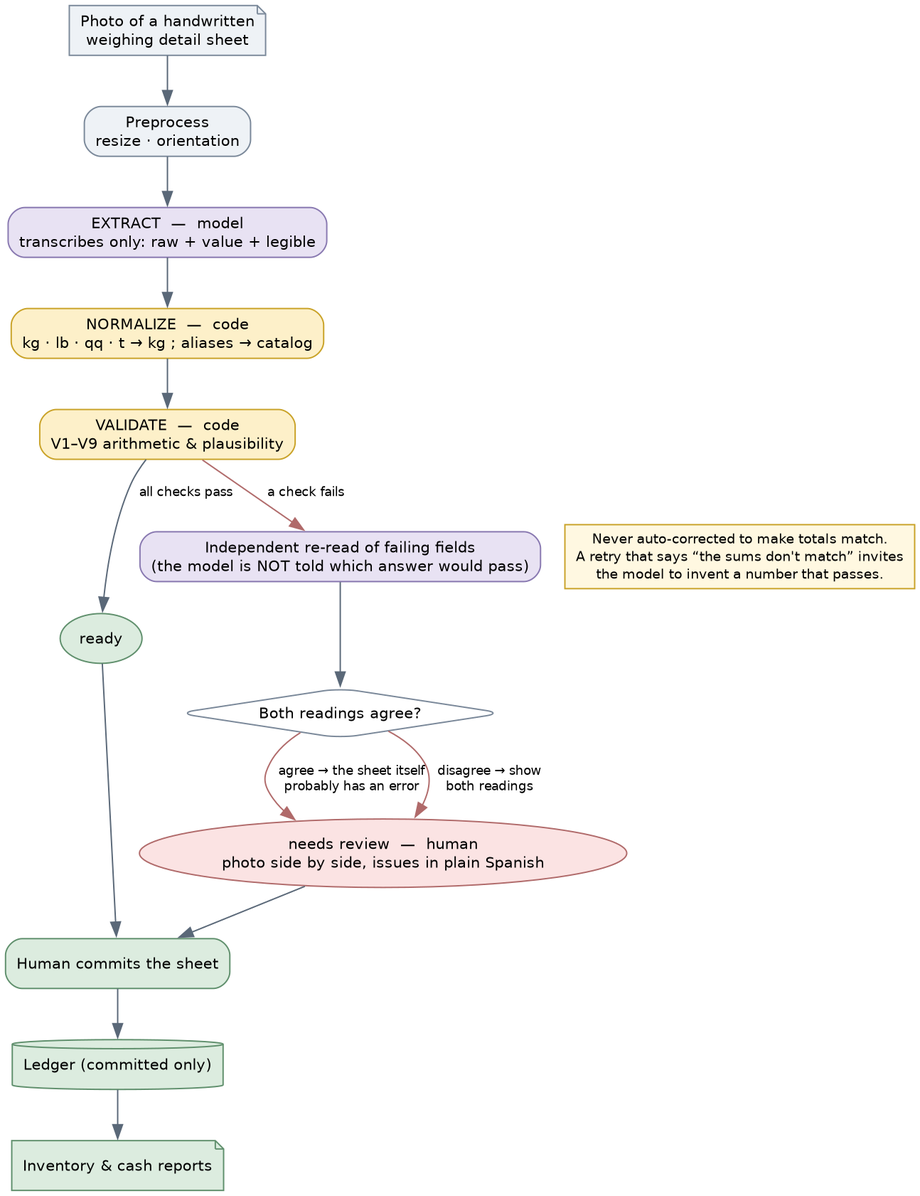
hotakutsuki/recycler-harness-challenge keeps this Graphviz diagram as docs/diagrams/pipeline.png. Above is the earlier version. Its source is kept beside it as docs/diagrams/pipeline.dot. Its diagram source:
```dot
digraph pipeline {
  rankdir=TB; bgcolor="white";
  node [fontname="DejaVu Sans", fontsize=11, shape=box, style="rounded,filled", color="#7a8899"];
  edge [fontname="DejaVu Sans", fontsize=9, color="#5a6878"];

  photo   [label="Photo of a handwritten\nweighing detail sheet", shape=note, fillcolor="#eef2f6"];
  pre     [label="Preprocess\nresize · orientation", fillcolor="#eef2f6"];
  ex      [label="EXTRACT  —  model\ntranscribes only: raw + value + legible", fillcolor="#e8e2f3", color="#8878b0"];
  norm    [label="NORMALIZE  —  code\nkg · lb · qq · t → kg ; aliases → catalog", fillcolor="#fdf0c9", color="#c9a227"];
  val     [label="VALIDATE  —  code\nV1–V9 arithmetic & plausibility", fillcolor="#fdf0c9", color="#c9a227"];
  ok      [label="ready", shape=oval, fillcolor="#dcecdf", color="#5f8f6c"];
  reread  [label="Independent re-read of failing fields\n(the model is NOT told which answer would pass)", fillcolor="#e8e2f3", color="#8878b0"];
  agree   [label="Both readings agree?", shape=diamond, fillcolor="#ffffff", color="#7a8899"];
  human   [label="needs review  —  human\nphoto side by side, issues in plain Spanish", shape=oval, fillcolor="#fbe3e3", color="#b06a6a"];
  commit  [label="Human commits the sheet", fillcolor="#dcecdf", color="#5f8f6c"];
  db      [label="Ledger (committed only)", shape=cylinder, fillcolor="#dcecdf", color="#5f8f6c"];
  rep     [label="Inventory & cash reports", shape=note, fillcolor="#dcecdf", color="#5f8f6c"];

  photo -> pre -> ex -> norm -> val;
  val -> ok [label="  all checks pass"];
  val -> reread [label="  a check fails", color="#b06a6a"];
  reread -> agree;
  agree -> human [label="  agree → the sheet itself\n  probably has an error", color="#b06a6a"];
  agree -> human [label="  disagree → show\n  both readings", color="#b06a6a"];
  ok -> commit; human -> commit;
  commit -> db -> rep;

  note [label="Never auto-corrected to make totals match.\nA retry that says “the sums don't match” invites\nthe model to invent a number that passes.", shape=box, style="filled", fillcolor="#fff8e1", color="#c9a227", fontsize=10];
  { rank=same; reread; note; }
}
```
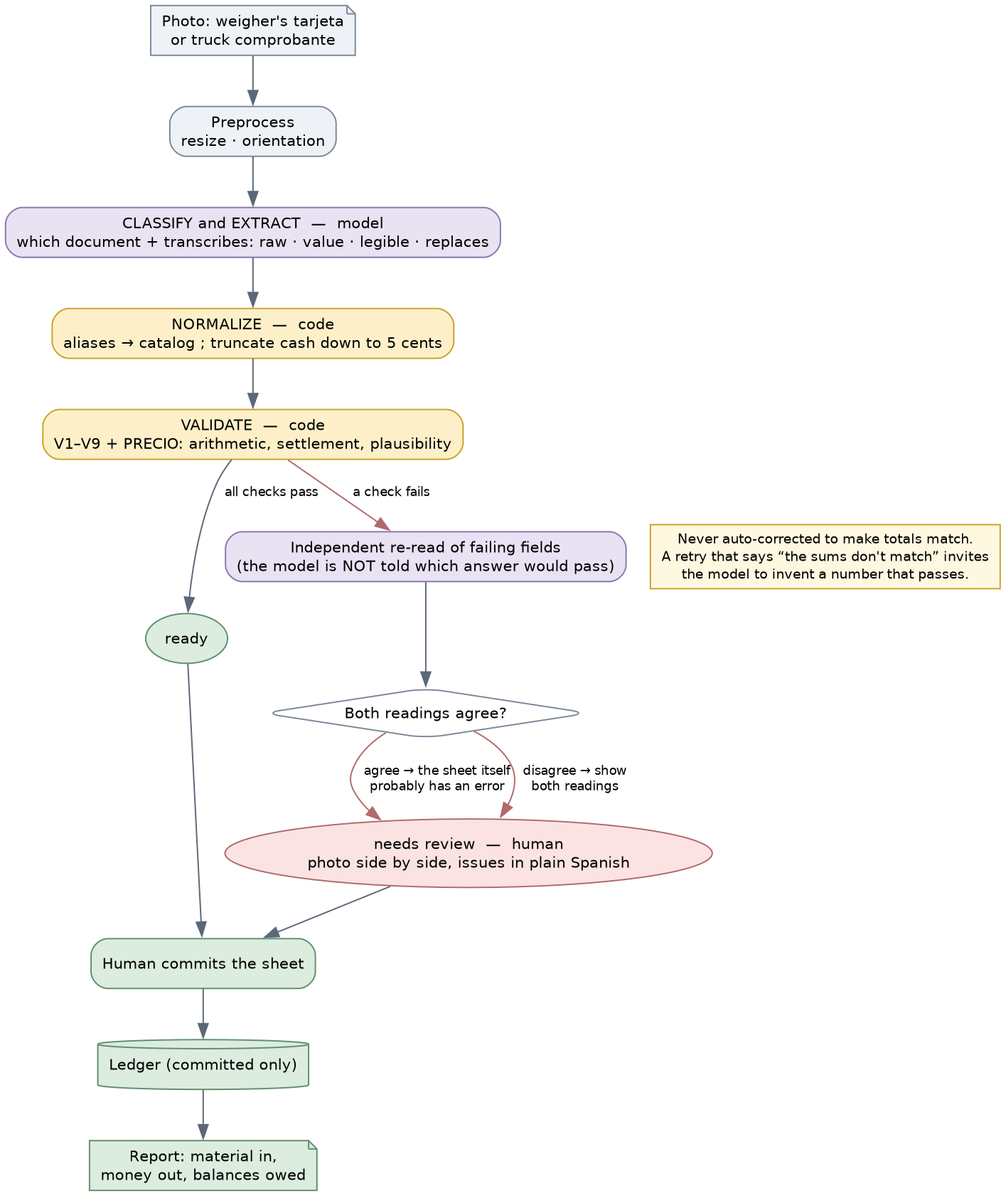
Later version of the same file.

Change to the diagram source:
```diff
@@ -3,18 +3,18 @@
   node [fontname="DejaVu Sans", fontsize=11, shape=box, style="rounded,filled", color="#7a8899"];
   edge [fontname="DejaVu Sans", fontsize=9, color="#5a6878"];
 
-  photo   [label="Photo of a handwritten\nweighing detail sheet", shape=note, fillcolor="#eef2f6"];
+  photo   [label="Photo: weigher's tarjeta\nor truck comprobante", shape=note, fillcolor="#eef2f6"];
   pre     [label="Preprocess\nresize · orientation", fillcolor="#eef2f6"];
-  ex      [label="EXTRACT  —  model\ntranscribes only: raw + value + legible", fillcolor="#e8e2f3", color="#8878b0"];
-  norm    [label="NORMALIZE  —  code\nkg · lb · qq · t → kg ; aliases → catalog", fillcolor="#fdf0c9", color="#c9a227"];
-  val     [label="VALIDATE  —  code\nV1–V9 arithmetic & plausibility", fillcolor="#fdf0c9", color="#c9a227"];
+  ex      [label="CLASSIFY and EXTRACT  —  model\nwhich document + transcribes: raw · value · legible · replaces", fillcolor="#e8e2f3", color="#8878b0"];
+  norm    [label="NORMALIZE  —  code\naliases → catalog ; truncate cash down to 5 cents", fillcolor="#fdf0c9", color="#c9a227"];
+  val     [label="VALIDATE  —  code\nV1–V9 + PRECIO: arithmetic, settlement, plausibility", fillcolor="#fdf0c9", color="#c9a227"];
   ok      [label="ready", shape=oval, fillcolor="#dcecdf", color="#5f8f6c"];
   reread  [label="Independent re-read of failing fields\n(the model is NOT told which answer would pass)", fillcolor="#e8e2f3", color="#8878b0"];
   agree   [label="Both readings agree?", shape=diamond, fillcolor="#ffffff", color="#7a8899"];
   human   [label="needs review  —  human\nphoto side by side, issues in plain Spanish", shape=oval, fillcolor="#fbe3e3", color="#b06a6a"];
   commit  [label="Human commits the sheet", fillcolor="#dcecdf", color="#5f8f6c"];
   db      [label="Ledger (committed only)", shape=cylinder, fillcolor="#dcecdf", color="#5f8f6c"];
-  rep     [label="Inventory & cash reports", shape=note, fillcolor="#dcecdf", color="#5f8f6c"];
+  rep     [label="Report: material in,\nmoney out, balances owed", shape=note, fillcolor="#dcecdf", color="#5f8f6c"];
 
   photo -> pre -> ex -> norm -> val;
   val -> ok [label="  all checks pass"];
```
